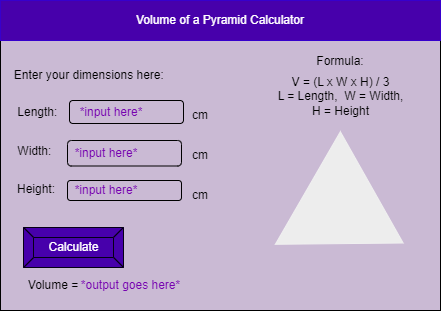
The draw.io diagram design/story-board.png in Liya-Getachew/ICS2O-Unit3-02-JS, before a commit. Source tidied: cells renumbered, new cells last; positions are measured from the earlier drawing's top-left corner, leaving out a move shared by most shapes. Source of this version:
```xml
<mxGraphModel>
  <root>
    <mxCell id="0" />
    <mxCell id="1" parent="0" />
    <mxCell id="2" style="rounded=0;whiteSpace=wrap;html=1;fillColor=#CABAD4;" parent="1" vertex="1">
      <mxGeometry width="440" height="310" as="geometry" />
    </mxCell>
    <mxCell id="3" value="Volume of a Pyramid Calculator" style="rounded=0;whiteSpace=wrap;html=1;fillColor=#4700AB;fontColor=#ffffff;strokeColor=#3700CC;" parent="1" vertex="1">
      <mxGeometry width="440" height="40" as="geometry" />
    </mxCell>
    <mxCell id="4" value="Calculate" style="labelPosition=center;verticalLabelPosition=middle;align=center;html=1;shape=mxgraph.basic.button;dx=10;fillColor=#4700AB;fontColor=#ffffff;strokeColor=#050014;" parent="1" vertex="1">
      <mxGeometry x="23" y="227" width="100" height="40" as="geometry" />
    </mxCell>
    <mxCell id="5" style="triangle;whiteSpace=wrap;html=1;rotation=30;strokeColor=#F0F0F0;fillColor=#EDEDED;" parent="1" vertex="1">
      <mxGeometry x="300" y="150" width="110" height="130" as="geometry" />
    </mxCell>
    <mxCell id="6" value="Formula:" style="text;html=1;strokeColor=none;fillColor=none;align=center;verticalAlign=middle;whiteSpace=wrap;rounded=0;fontColor=#000000;" parent="1" vertex="1">
      <mxGeometry x="310" y="46" width="60" height="30" as="geometry" />
    </mxCell>
    <mxCell id="7" value="V = (L x W x H) / 3&lt;br&gt;L = Length,&amp;nbsp; W = Width, H = Height" style="text;html=1;strokeColor=none;fillColor=none;align=center;verticalAlign=middle;whiteSpace=wrap;rounded=0;fontColor=#000000;" parent="1" vertex="1">
      <mxGeometry x="274.5" y="81" width="131" height="30" as="geometry" />
    </mxCell>
    <mxCell id="8" value="Enter your dimensions here:&amp;nbsp;" style="text;html=1;align=center;verticalAlign=middle;whiteSpace=wrap;rounded=0;fontColor=#000000;" parent="1" vertex="1">
      <mxGeometry y="60" width="181" height="30" as="geometry" />
    </mxCell>
    <mxCell id="9" value="Length:&amp;nbsp;" style="text;html=1;strokeColor=none;fillColor=none;align=center;verticalAlign=middle;whiteSpace=wrap;rounded=0;fontColor=#000000;" parent="1" vertex="1">
      <mxGeometry x="9" y="96.5" width="60" height="30" as="geometry" />
    </mxCell>
    <mxCell id="10" value="Width:&amp;nbsp;" style="text;html=1;strokeColor=none;fillColor=none;align=center;verticalAlign=middle;whiteSpace=wrap;rounded=0;fontColor=#000000;" parent="1" vertex="1">
      <mxGeometry x="6" y="135.5" width="60" height="30" as="geometry" />
    </mxCell>
    <mxCell id="11" value="Height:" style="text;html=1;strokeColor=none;fillColor=none;align=center;verticalAlign=middle;whiteSpace=wrap;rounded=0;fontColor=#000000;" parent="1" vertex="1">
      <mxGeometry x="6" y="174" width="60" height="30" as="geometry" />
    </mxCell>
    <mxCell id="12" style="rounded=1;whiteSpace=wrap;html=1;gradientColor=#ffffff;fillColor=none;strokeColor=#000000;" parent="1" vertex="1">
      <mxGeometry x="69" y="100" width="114" height="23" as="geometry" />
    </mxCell>
    <mxCell id="13" style="rounded=1;whiteSpace=wrap;html=1;fillColor=none;strokeColor=#000000;" parent="1" vertex="1">
      <mxGeometry x="67" y="140" width="114" height="25.5" as="geometry" />
    </mxCell>
    <mxCell id="14" style="rounded=1;whiteSpace=wrap;html=1;fillColor=none;strokeColor=#000000;" parent="1" vertex="1">
      <mxGeometry x="67" y="180" width="114" height="20" as="geometry" />
    </mxCell>
    <mxCell id="15" value="cm" style="text;html=1;strokeColor=none;fillColor=none;align=center;verticalAlign=middle;whiteSpace=wrap;rounded=0;fontColor=#000000;" parent="1" vertex="1">
      <mxGeometry x="170" y="100" width="60" height="30" as="geometry" />
    </mxCell>
    <mxCell id="16" value="cm" style="text;html=1;strokeColor=none;fillColor=none;align=center;verticalAlign=middle;whiteSpace=wrap;rounded=0;fontColor=#000000;" parent="1" vertex="1">
      <mxGeometry x="170" y="140" width="60" height="30" as="geometry" />
    </mxCell>
    <mxCell id="17" value="cm" style="text;html=1;strokeColor=none;fillColor=none;align=center;verticalAlign=middle;whiteSpace=wrap;rounded=0;fontColor=#000000;" parent="1" vertex="1">
      <mxGeometry x="170" y="180" width="60" height="30" as="geometry" />
    </mxCell>
    <mxCell id="18" value="Volume =" style="text;html=1;strokeColor=none;fillColor=none;align=center;verticalAlign=middle;whiteSpace=wrap;rounded=0;fontColor=#000000;" parent="1" vertex="1">
      <mxGeometry x="23" y="270" width="60" height="30" as="geometry" />
    </mxCell>
    <mxCell id="19" value="*output goes here*" style="text;html=1;strokeColor=none;fillColor=none;align=center;verticalAlign=middle;whiteSpace=wrap;rounded=0;fontColor=#7602B0;labelBackgroundColor=none;" parent="1" vertex="1">
      <mxGeometry x="75" y="270" width="111" height="30" as="geometry" />
    </mxCell>
    <mxCell id="20" value="*input here*" style="text;html=1;strokeColor=none;fillColor=none;align=center;verticalAlign=middle;whiteSpace=wrap;rounded=0;fontColor=#7602B0;" parent="1" vertex="1">
      <mxGeometry x="60.5" y="96.5" width="99.5" height="30" as="geometry" />
    </mxCell>
    <mxCell id="21" value="*input here*" style="text;html=1;strokeColor=none;fillColor=none;align=center;verticalAlign=middle;whiteSpace=wrap;rounded=0;fontColor=#7602B0;" parent="1" vertex="1">
      <mxGeometry x="60.5" y="137.8" width="89.5" height="30" as="geometry" />
    </mxCell>
    <mxCell id="22" value="*input here*" style="text;html=1;strokeColor=none;fillColor=none;align=center;verticalAlign=middle;whiteSpace=wrap;rounded=0;fontColor=#7602B0;" parent="1" vertex="1">
      <mxGeometry x="60.5" y="175" width="89.5" height="30" as="geometry" />
    </mxCell>
  </root>
</mxGraphModel>
```
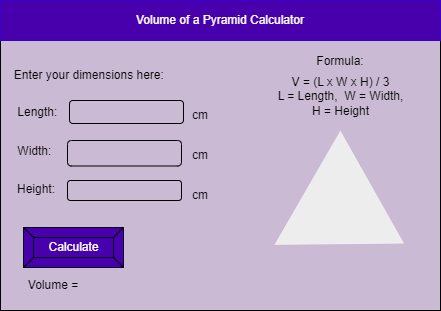
The same diagram one commit later.

The edit, as a diff of the source:
```diff
@@ -53,17 +53,5 @@
     <mxCell id="18" value="Volume =" style="text;html=1;strokeColor=none;fillColor=none;align=center;verticalAlign=middle;whiteSpace=wrap;rounded=0;fontColor=#000000;" parent="1" vertex="1">
       <mxGeometry x="23" y="270" width="60" height="30" as="geometry" />
     </mxCell>
-    <mxCell id="19" value="*output goes here*" style="text;html=1;strokeColor=none;fillColor=none;align=center;verticalAlign=middle;whiteSpace=wrap;rounded=0;fontColor=#7602B0;labelBackgroundColor=none;" parent="1" vertex="1">
-      <mxGeometry x="75" y="270" width="111" height="30" as="geometry" />
-    </mxCell>
-    <mxCell id="20" value="*input here*" style="text;html=1;strokeColor=none;fillColor=none;align=center;verticalAlign=middle;whiteSpace=wrap;rounded=0;fontColor=#7602B0;" parent="1" vertex="1">
-      <mxGeometry x="60.5" y="96.5" width="99.5" height="30" as="geometry" />
-    </mxCell>
-    <mxCell id="21" value="*input here*" style="text;html=1;strokeColor=none;fillColor=none;align=center;verticalAlign=middle;whiteSpace=wrap;rounded=0;fontColor=#7602B0;" parent="1" vertex="1">
-      <mxGeometry x="60.5" y="137.8" width="89.5" height="30" as="geometry" />
-    </mxCell>
-    <mxCell id="22" value="*input here*" style="text;html=1;strokeColor=none;fillColor=none;align=center;verticalAlign=middle;whiteSpace=wrap;rounded=0;fontColor=#7602B0;" parent="1" vertex="1">
-      <mxGeometry x="60.5" y="175" width="89.5" height="30" as="geometry" />
-    </mxCell>
   </root>
 </mxGraphModel>
```
